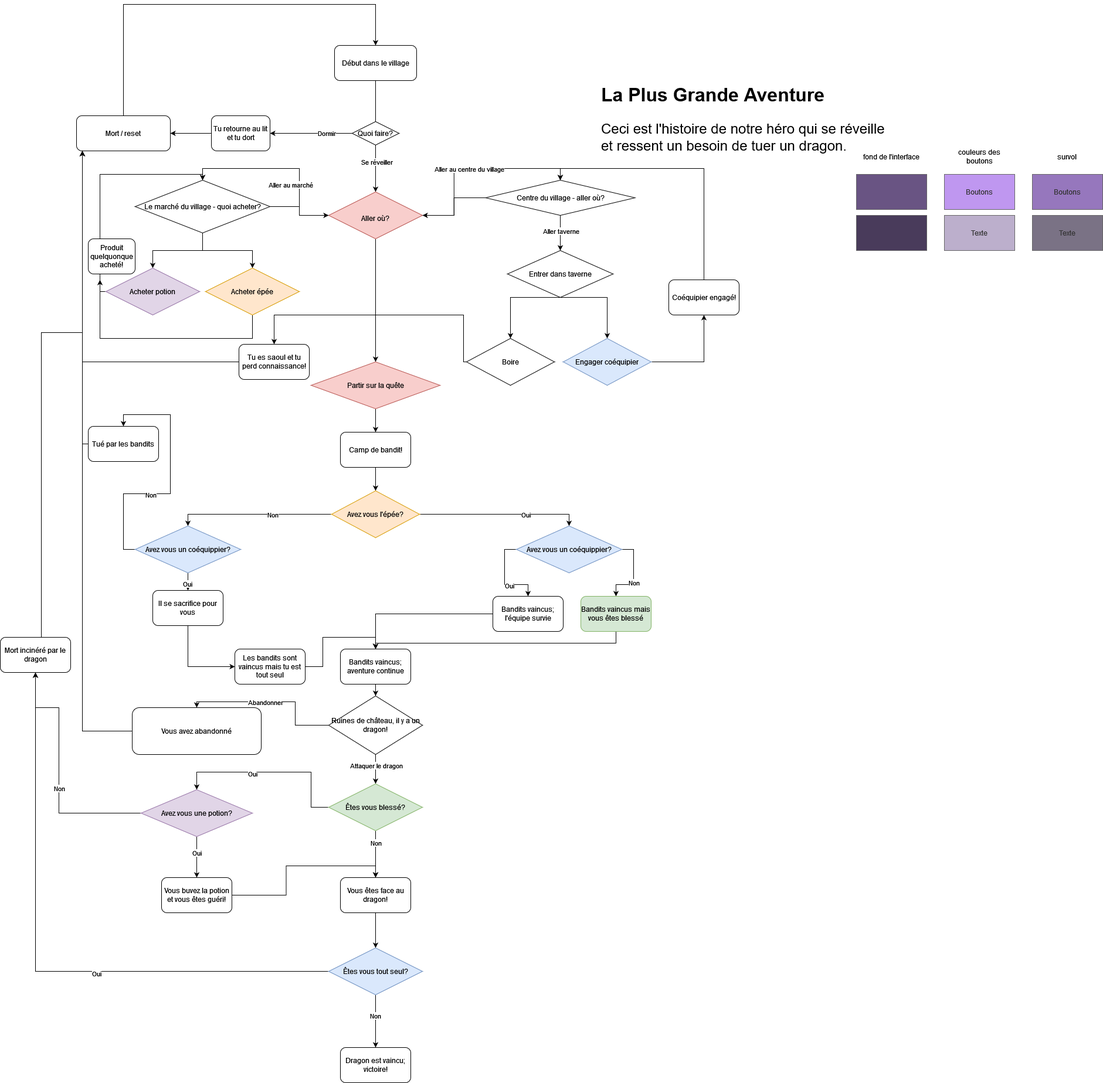
Earlier version of the draw.io export assets/images/grande_aventure.drawio.png (joeballls/vous-etes-le-heros-la-plus-grande-aventure). Source tidied: cells renumbered, new cells last; positions are measured from the earlier drawing's top-left corner, leaving out a move shared by most shapes.
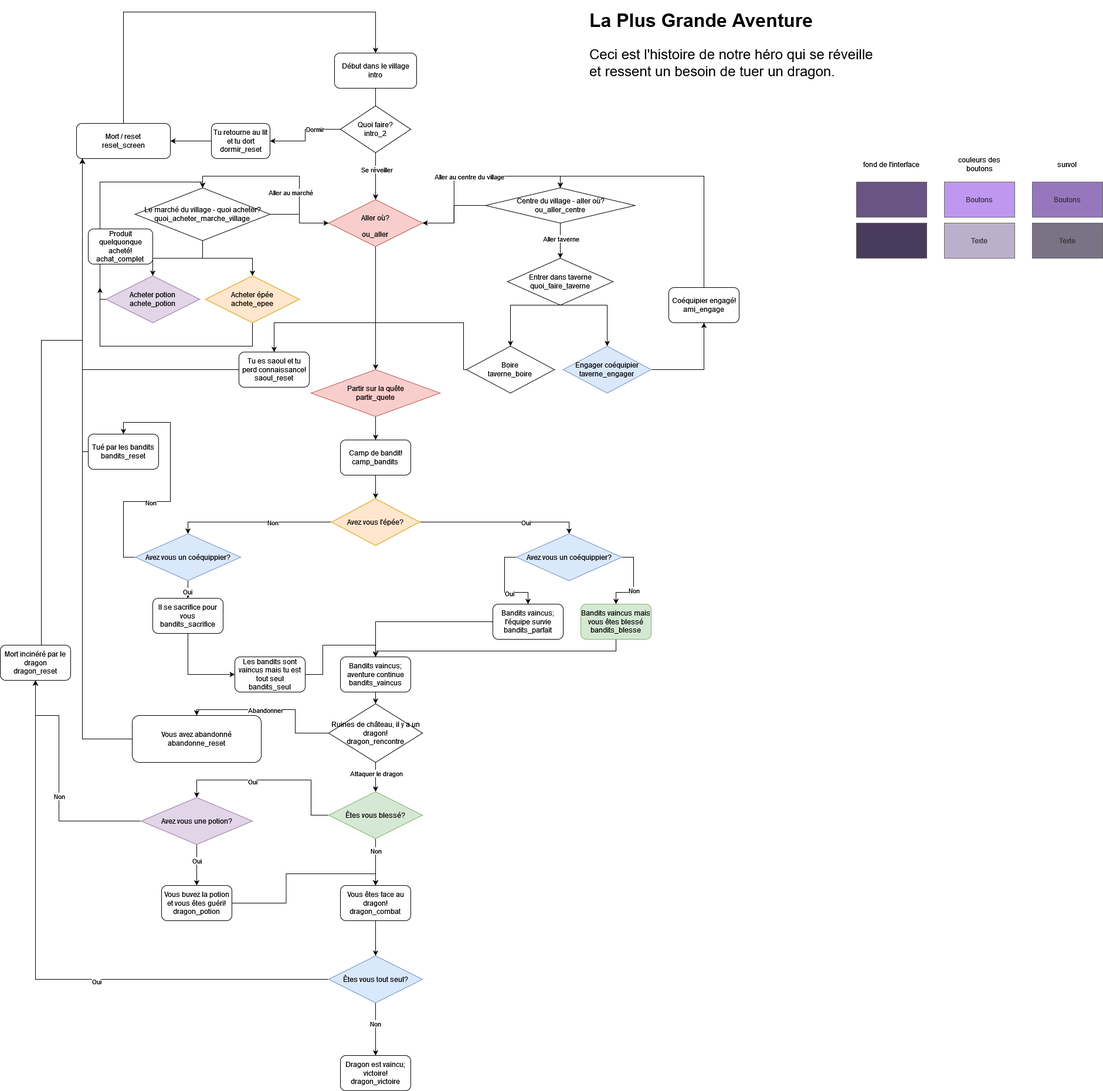
Later version of the same file.

Diff of the diagram source:
```diff
@@ -10,3 +10,3 @@
     </mxCell>
-    <mxCell id="4" value="Début dans le village" style="rounded=1;whiteSpace=wrap;html=1;" parent="1" vertex="1">
+    <mxCell id="4" value="&lt;div&gt;Début dans le village&lt;/div&gt;&lt;div&gt;intro&lt;br&gt;&lt;/div&gt;" style="rounded=1;whiteSpace=wrap;html=1;" parent="1" vertex="1">
       <mxGeometry x="570" y="70" width="140" height="60" as="geometry" />
@@ -32,3 +32,3 @@
     </mxCell>
-    <mxCell id="10" value="&lt;font style=&quot;font-size: 12px;&quot; face=&quot;Helvetica&quot;&gt;Aller &lt;span class=&quot;VIiyi&quot; lang=&quot;fr&quot;&gt;&lt;span class=&quot;JLqJ4b ChMk0b&quot;&gt;&lt;span class=&quot;Q4iAWc&quot;&gt;où?&lt;/span&gt;&lt;/span&gt;&lt;/span&gt;&lt;/font&gt;" style="rhombus;whiteSpace=wrap;html=1;fontFamily=Comic Sans MS;fontSize=24;fillColor=#f8cecc;strokeColor=#b85450;" parent="1" vertex="1">
+    <mxCell id="10" value="&lt;div&gt;&lt;font style=&quot;font-size: 12px;&quot; face=&quot;Helvetica&quot;&gt;Aller &lt;span class=&quot;VIiyi&quot; lang=&quot;fr&quot;&gt;&lt;span class=&quot;JLqJ4b ChMk0b&quot;&gt;&lt;span class=&quot;Q4iAWc&quot;&gt;où?&lt;/span&gt;&lt;/span&gt;&lt;/span&gt;&lt;/font&gt;&lt;/div&gt;&lt;div&gt;&lt;font style=&quot;font-size: 12px;&quot; face=&quot;Helvetica&quot;&gt;&lt;span class=&quot;VIiyi&quot; lang=&quot;fr&quot;&gt;&lt;span class=&quot;JLqJ4b ChMk0b&quot;&gt;&lt;span class=&quot;Q4iAWc&quot;&gt;ou_aller&lt;br&gt;&lt;/span&gt;&lt;/span&gt;&lt;/span&gt;&lt;/font&gt;&lt;/div&gt;" style="rhombus;whiteSpace=wrap;html=1;fontFamily=Comic Sans MS;fontSize=24;fillColor=#f8cecc;strokeColor=#b85450;" parent="1" vertex="1">
       <mxGeometry x="560" y="320" width="160" height="80" as="geometry" />
@@ -44,3 +44,3 @@
     </mxCell>
-    <mxCell id="14" value="Le marché du village - quoi acheter?" style="rhombus;whiteSpace=wrap;html=1;fontFamily=Helvetica;fontSize=12;fontColor=default;align=center;strokeColor=default;fillColor=default;" parent="1" vertex="1">
+    <mxCell id="14" value="&lt;div&gt;Le marché du village - quoi acheter?&lt;/div&gt;&lt;div&gt;quoi_acheter_marche_village&lt;br&gt;&lt;/div&gt;" style="rhombus;whiteSpace=wrap;html=1;fontFamily=Helvetica;fontSize=12;fontColor=default;align=center;strokeColor=default;fillColor=default;" parent="1" vertex="1">
       <mxGeometry x="230" y="300" width="230" height="90" as="geometry" />
@@ -58,3 +58,3 @@
     </mxCell>
-    <mxCell id="18" value="Centre du village - aller où?" style="rhombus;whiteSpace=wrap;html=1;fontFamily=Helvetica;fontSize=12;fontColor=default;align=center;strokeColor=default;fillColor=default;" parent="1" vertex="1">
+    <mxCell id="18" value="&lt;div&gt;Centre du village - aller où?&lt;/div&gt;&lt;div&gt;ou_aller_centre&lt;br&gt;&lt;/div&gt;" style="rhombus;whiteSpace=wrap;html=1;fontFamily=Helvetica;fontSize=12;fontColor=default;align=center;strokeColor=default;fillColor=default;" parent="1" vertex="1">
       <mxGeometry x="827.5" y="300" width="255" height="60" as="geometry" />
@@ -70,9 +70,8 @@
     </mxCell>
-    <mxCell id="20" value="Mort / reset" style="rounded=1;whiteSpace=wrap;html=1;fontFamily=Helvetica;fontSize=12;" parent="1" vertex="1">
+    <mxCell id="20" value="&lt;div&gt;Mort / reset&lt;/div&gt;&lt;div&gt;reset_screen&lt;/div&gt;" style="rounded=1;whiteSpace=wrap;html=1;fontFamily=Helvetica;fontSize=12;" parent="1" vertex="1">
       <mxGeometry x="130" y="190" width="160" height="60" as="geometry" />
     </mxCell>
-    <mxCell id="21" style="edgeStyle=orthogonalEdgeStyle;rounded=0;jettySize=auto;html=1;entryX=0.5;entryY=0;entryDx=0;entryDy=0;" parent="1" edge="1" source="22" target="14">
+    <mxCell id="21" style="edgeStyle=orthogonalEdgeStyle;rounded=0;jettySize=auto;html=1;entryX=0.5;entryY=0;entryDx=0;entryDy=0;startArrow=none;" parent="1" edge="1" source="104" target="14">
       <mxGeometry relative="1" as="geometry">
         <Array as="points">
-          <mxPoint x="170" y="490" />
           <mxPoint x="170" y="290" />
@@ -82,3 +81,3 @@
     </mxCell>
-    <mxCell id="22" value="Acheter potion" style="rhombus;whiteSpace=wrap;html=1;fontFamily=Helvetica;fontSize=12;fillColor=#e1d5e7;strokeColor=#9673a6;" parent="1" vertex="1">
+    <mxCell id="22" value="&lt;div&gt;Acheter potion&lt;/div&gt;&lt;div&gt;achete_potion&lt;br&gt;&lt;/div&gt;" style="rhombus;whiteSpace=wrap;html=1;fontFamily=Helvetica;fontSize=12;fillColor=#e1d5e7;strokeColor=#9673a6;" parent="1" vertex="1">
       <mxGeometry x="180" y="450" width="160" height="80" as="geometry" />
@@ -94,3 +93,3 @@
     </mxCell>
-    <mxCell id="24" value="Acheter épée" style="rhombus;whiteSpace=wrap;html=1;fontFamily=Helvetica;fontSize=12;fillColor=#ffe6cc;strokeColor=#d79b00;" parent="1" vertex="1">
+    <mxCell id="24" value="&lt;div&gt;Acheter épée&lt;/div&gt;&lt;div&gt;achete_epee&lt;br&gt;&lt;/div&gt;" style="rhombus;whiteSpace=wrap;html=1;fontFamily=Helvetica;fontSize=12;fillColor=#ffe6cc;strokeColor=#d79b00;" parent="1" vertex="1">
       <mxGeometry x="350" y="450" width="160" height="80" as="geometry" />
@@ -107,3 +106,3 @@
     </mxCell>
-    <mxCell id="27" value="Entrer dans taverne" style="rhombus;whiteSpace=wrap;html=1;fontFamily=Helvetica;fontSize=12;" parent="1" vertex="1">
+    <mxCell id="27" value="&lt;div&gt;Entrer dans taverne&lt;/div&gt;&lt;div&gt;quoi_faire_taverne&lt;br&gt;&lt;/div&gt;" style="rhombus;whiteSpace=wrap;html=1;fontFamily=Helvetica;fontSize=12;" parent="1" vertex="1">
       <mxGeometry x="865" y="420" width="180" height="80" as="geometry" />
@@ -119,3 +118,3 @@
     </mxCell>
-    <mxCell id="29" value="Boire" style="rhombus;whiteSpace=wrap;html=1;fontFamily=Helvetica;fontSize=12;" parent="1" vertex="1">
+    <mxCell id="29" value="&lt;div&gt;Boire&lt;/div&gt;&lt;div&gt;taverne_boire&lt;br&gt;&lt;/div&gt;" style="rhombus;whiteSpace=wrap;html=1;fontFamily=Helvetica;fontSize=12;" parent="1" vertex="1">
       <mxGeometry x="795" y="570" width="150" height="80" as="geometry" />
@@ -133,3 +132,3 @@
     </mxCell>
-    <mxCell id="32" value="Engager coéquipier" style="rhombus;whiteSpace=wrap;html=1;fontFamily=Helvetica;fontSize=12;fillColor=#dae8fc;strokeColor=#6c8ebf;" parent="1" vertex="1">
+    <mxCell id="32" value="&lt;div&gt;Engager coéquipier&lt;/div&gt;&lt;div&gt;taverne_engager&lt;br&gt;&lt;/div&gt;" style="rhombus;whiteSpace=wrap;html=1;fontFamily=Helvetica;fontSize=12;fillColor=#dae8fc;strokeColor=#6c8ebf;" parent="1" vertex="1">
       <mxGeometry x="960" y="570" width="150" height="80" as="geometry" />
@@ -139,3 +138,3 @@
     </mxCell>
-    <mxCell id="34" value="Partir sur la quête" style="rhombus;whiteSpace=wrap;html=1;fontFamily=Helvetica;fontSize=12;fillColor=#f8cecc;strokeColor=#b85450;" parent="1" vertex="1">
+    <mxCell id="34" value="&lt;div&gt;Partir sur la quête&lt;/div&gt;&lt;div&gt;partir_quete&lt;br&gt;&lt;/div&gt;" style="rhombus;whiteSpace=wrap;html=1;fontFamily=Helvetica;fontSize=12;fillColor=#f8cecc;strokeColor=#b85450;" parent="1" vertex="1">
       <mxGeometry x="530" y="610" width="220" height="80" as="geometry" />
@@ -145,3 +144,3 @@
     </mxCell>
-    <mxCell id="36" value="Camp de bandit!" style="rounded=1;whiteSpace=wrap;html=1;fontFamily=Helvetica;fontSize=12;" parent="1" vertex="1">
+    <mxCell id="36" value="&lt;div&gt;Camp de bandit!&lt;/div&gt;&lt;div&gt;camp_bandits&lt;br&gt;&lt;/div&gt;" style="rounded=1;whiteSpace=wrap;html=1;fontFamily=Helvetica;fontSize=12;" parent="1" vertex="1">
       <mxGeometry x="580" y="730" width="120" height="60" as="geometry" />
@@ -191,3 +190,3 @@
     </mxCell>
-    <mxCell id="48" value="Tué par les bandits" style="rounded=1;whiteSpace=wrap;html=1;" parent="1" vertex="1">
+    <mxCell id="48" value="&lt;div&gt;Tué par les bandits&lt;/div&gt;&lt;div&gt;bandits_reset&lt;br&gt;&lt;/div&gt;" style="rounded=1;whiteSpace=wrap;html=1;" parent="1" vertex="1">
       <mxGeometry x="150" y="720" width="120" height="60" as="geometry" />
@@ -201,3 +200,3 @@
     </mxCell>
-    <mxCell id="50" value="Il se sacrifice pour vous" style="rounded=1;whiteSpace=wrap;html=1;" parent="1" vertex="1">
+    <mxCell id="50" value="&lt;div&gt;Il se sacrifice pour vous&lt;/div&gt;&lt;div&gt;bandits_sacrifice&lt;br&gt;&lt;/div&gt;" style="rounded=1;whiteSpace=wrap;html=1;" parent="1" vertex="1">
       <mxGeometry x="260" y="1000" width="120" height="60" as="geometry" />
@@ -222,3 +221,3 @@
     </mxCell>
-    <mxCell id="57" value="Les bandits sont vaincus mais tu est tout seul" style="rounded=1;whiteSpace=wrap;html=1;" parent="1" vertex="1">
+    <mxCell id="57" value="&lt;div&gt;Les bandits sont vaincus mais tu est tout seul&lt;/div&gt;&lt;div&gt;bandits_seul&lt;br&gt;&lt;/div&gt;" style="rounded=1;whiteSpace=wrap;html=1;" parent="1" vertex="1">
       <mxGeometry x="400" y="1100" width="120" height="60" as="geometry" />
@@ -228,3 +227,3 @@
     </mxCell>
-    <mxCell id="59" value="Bandits vaincus; aventure continue" style="rounded=1;whiteSpace=wrap;html=1;" parent="1" vertex="1">
+    <mxCell id="59" value="&lt;div&gt;Bandits vaincus; aventure continue&lt;/div&gt;&lt;div&gt;bandits_vaincus&lt;br&gt;&lt;/div&gt;" style="rounded=1;whiteSpace=wrap;html=1;" parent="1" vertex="1">
       <mxGeometry x="580" y="1100" width="120" height="60" as="geometry" />
@@ -234,3 +233,3 @@
     </mxCell>
-    <mxCell id="61" value="Bandits vaincus; l'équipe survie" style="rounded=1;whiteSpace=wrap;html=1;" parent="1" vertex="1">
+    <mxCell id="61" value="&lt;div&gt;Bandits vaincus; l'équipe survie&lt;/div&gt;&lt;div&gt;bandits_parfait&lt;br&gt;&lt;/div&gt;" style="rounded=1;whiteSpace=wrap;html=1;" parent="1" vertex="1">
       <mxGeometry x="840" y="1010" width="120" height="60" as="geometry" />
@@ -245,3 +244,3 @@
     </mxCell>
-    <mxCell id="63" value="Bandits vaincus mais vous êtes blessé" style="rounded=1;whiteSpace=wrap;html=1;fillColor=#d5e8d4;strokeColor=#82b366;" parent="1" vertex="1">
+    <mxCell id="63" value="&lt;div&gt;Bandits vaincus mais vous êtes blessé&lt;/div&gt;&lt;div&gt;bandits_blesse&lt;br&gt;&lt;/div&gt;" style="rounded=1;whiteSpace=wrap;html=1;fillColor=#d5e8d4;strokeColor=#82b366;" parent="1" vertex="1">
       <mxGeometry x="990" y="1010" width="120" height="60" as="geometry" />
@@ -268,3 +267,3 @@
     </mxCell>
-    <mxCell id="68" value="Ruines de château, il y a un dragon!" style="rhombus;whiteSpace=wrap;html=1;fontFamily=Helvetica;fontSize=12;fontColor=default;align=center;strokeColor=default;fillColor=default;" parent="1" vertex="1">
+    <mxCell id="68" value="&lt;div&gt;Ruines de château, il y a un dragon!&lt;/div&gt;&lt;div&gt;dragon_rencontre&lt;br&gt;&lt;/div&gt;" style="rhombus;whiteSpace=wrap;html=1;fontFamily=Helvetica;fontSize=12;fontColor=default;align=center;strokeColor=default;fillColor=default;" parent="1" vertex="1">
       <mxGeometry x="560" y="1180" width="160" height="100" as="geometry" />
@@ -325,3 +324,3 @@
     </mxCell>
-    <mxCell id="80" value="Mort incinéré par le dragon" style="rounded=1;whiteSpace=wrap;html=1;" parent="1" vertex="1">
+    <mxCell id="80" value="&lt;div&gt;Mort incinéré par le dragon&lt;/div&gt;&lt;div&gt;dragon_reset&lt;br&gt;&lt;/div&gt;" style="rounded=1;whiteSpace=wrap;html=1;" parent="1" vertex="1">
       <mxGeometry y="1080" width="120" height="60" as="geometry" />
@@ -331,3 +330,3 @@
     </mxCell>
-    <mxCell id="82" value="Vous buvez la potion et vous êtes guéri!" style="rounded=1;whiteSpace=wrap;html=1;" parent="1" vertex="1">
+    <mxCell id="82" value="&lt;div&gt;Vous buvez la potion et vous êtes guéri!&lt;/div&gt;&lt;div&gt;dragon_potion&lt;br&gt;&lt;/div&gt;" style="rounded=1;whiteSpace=wrap;html=1;" parent="1" vertex="1">
       <mxGeometry x="275" y="1490" width="120" height="60" as="geometry" />
@@ -337,3 +336,3 @@
     </mxCell>
-    <mxCell id="84" value="Vous êtes face au dragon!" style="rounded=1;whiteSpace=wrap;html=1;" parent="1" vertex="1">
+    <mxCell id="84" value="&lt;div&gt;Vous êtes face au dragon!&lt;/div&gt;&lt;div&gt;dragon_combat&lt;br&gt;&lt;/div&gt;" style="rounded=1;whiteSpace=wrap;html=1;" parent="1" vertex="1">
       <mxGeometry x="580" y="1490" width="120" height="60" as="geometry" />
@@ -366,6 +365,6 @@
     </mxCell>
-    <mxCell id="91" value="Vous avez abandonné" style="rounded=1;whiteSpace=wrap;html=1;fontFamily=Helvetica;fontSize=12;fontColor=default;align=center;strokeColor=default;fillColor=default;" parent="1" vertex="1">
+    <mxCell id="91" value="&lt;div&gt;Vous avez abandonné&lt;/div&gt;&lt;div&gt;abandonne_reset&lt;br&gt;&lt;/div&gt;" style="rounded=1;whiteSpace=wrap;html=1;fontFamily=Helvetica;fontSize=12;fontColor=default;align=center;strokeColor=default;fillColor=default;" parent="1" vertex="1">
       <mxGeometry x="225" y="1200" width="220" height="80" as="geometry" />
     </mxCell>
-    <mxCell id="92" value="Dragon est vaincu; victoire!" style="rounded=1;whiteSpace=wrap;html=1;" parent="1" vertex="1">
+    <mxCell id="92" value="&lt;div&gt;Dragon est vaincu; victoire!&lt;/div&gt;&lt;div&gt;dragon_victoire&lt;br&gt;&lt;/div&gt;" style="rounded=1;whiteSpace=wrap;html=1;" parent="1" vertex="1">
       <mxGeometry x="580" y="1780" width="120" height="60" as="geometry" />
@@ -373,3 +372,3 @@
     <mxCell id="93" value="&lt;h1&gt;&lt;font style=&quot;font-size: 32px;&quot;&gt;La Plus Grande Aventure &lt;/font&gt;&lt;br&gt;&lt;/h1&gt;&lt;p style=&quot;font-size: 24px;&quot;&gt;&lt;font style=&quot;font-size: 24px;&quot;&gt;Ceci est l'histoire de notre héro qui se réveille et ressent un besoin de tuer un dragon.&lt;/font&gt;&lt;br&gt;&lt;/p&gt;" style="text;html=1;strokeColor=none;fillColor=none;spacing=5;spacingTop=-20;whiteSpace=wrap;overflow=hidden;rounded=0;" parent="1" vertex="1">
-      <mxGeometry x="1020" y="130" width="495" height="200" as="geometry" />
+      <mxGeometry x="1000" y="-10" width="495" height="200" as="geometry" />
     </mxCell>
@@ -402,8 +401,5 @@
     </mxCell>
-    <mxCell id="103" value="Coéquipier engagé!" style="rounded=1;whiteSpace=wrap;html=1;" parent="1" vertex="1">
+    <mxCell id="103" value="&lt;div&gt;Coéquipier engagé!&lt;/div&gt;&lt;div&gt;ami_engage&lt;br&gt;&lt;/div&gt;" style="rounded=1;whiteSpace=wrap;html=1;" parent="1" vertex="1">
       <mxGeometry x="1140" y="470" width="120" height="60" as="geometry" />
     </mxCell>
-    <mxCell id="104" value="Produit quelquonque acheté!" style="rounded=1;whiteSpace=wrap;html=1;direction=west;" parent="1" vertex="1">
-      <mxGeometry x="150" y="400" width="80" height="60" as="geometry" />
-    </mxCell>
     <mxCell id="105" style="edgeStyle=orthogonalEdgeStyle;rounded=0;jettySize=auto;html=1;" parent="1" edge="1" source="106" target="20">
@@ -415,3 +411,3 @@
     </mxCell>
-    <mxCell id="106" value="Tu es saoul et tu perd connaissance!" style="rounded=1;whiteSpace=wrap;html=1;" parent="1" vertex="1">
+    <mxCell id="106" value="&lt;div&gt;Tu es saoul et tu perd connaissance!&lt;/div&gt;&lt;div&gt;saoul_reset&lt;br&gt;&lt;/div&gt;" style="rounded=1;whiteSpace=wrap;html=1;" parent="1" vertex="1">
       <mxGeometry x="407" y="580" width="120" height="60" as="geometry" />
@@ -424,4 +420,4 @@
     </mxCell>
-    <mxCell id="109" value="Quoi faire?" style="rhombus;whiteSpace=wrap;html=1;" parent="1" vertex="1">
-      <mxGeometry x="600" y="200" width="80" height="40" as="geometry" />
+    <mxCell id="109" value="&lt;div&gt;Quoi faire?&lt;/div&gt;&lt;div&gt;intro_2&lt;br&gt;&lt;/div&gt;" style="rhombus;whiteSpace=wrap;html=1;" parent="1" vertex="1">
+      <mxGeometry x="580" y="160" width="120" height="80" as="geometry" />
     </mxCell>
@@ -433,5 +429,15 @@
     </mxCell>
-    <mxCell id="112" value="Tu retourne au lit et tu dort" style="rounded=1;whiteSpace=wrap;html=1;" parent="1" vertex="1">
+    <mxCell id="112" value="&lt;div&gt;Tu retourne au lit et tu dort&lt;/div&gt;&lt;div&gt;dormir_reset&lt;/div&gt;" style="rounded=1;whiteSpace=wrap;html=1;" parent="1" vertex="1">
       <mxGeometry x="360" y="190" width="100" height="60" as="geometry" />
     </mxCell>
+    <mxCell id="104" value="&lt;div&gt;Produit quelquonque acheté!&lt;/div&gt;&lt;div&gt;achat_complet&lt;br&gt;&lt;/div&gt;" style="rounded=1;whiteSpace=wrap;html=1;direction=west;" parent="1" vertex="1">
+      <mxGeometry x="150" y="370" width="110" height="60" as="geometry" />
+    </mxCell>
+    <mxCell id="113" style="edgeStyle=orthogonalEdgeStyle;rounded=0;jettySize=auto;html=1;entryX=0.5;entryY=0;entryDx=0;entryDy=0;endArrow=none;" parent="1" edge="1" source="22" target="104">
+      <mxGeometry relative="1" as="geometry">
+        <Array as="points">
+          <mxPoint x="170" y="490" />
+        </Array>
+      </mxGeometry>
+    </mxCell>
   </root>
```
